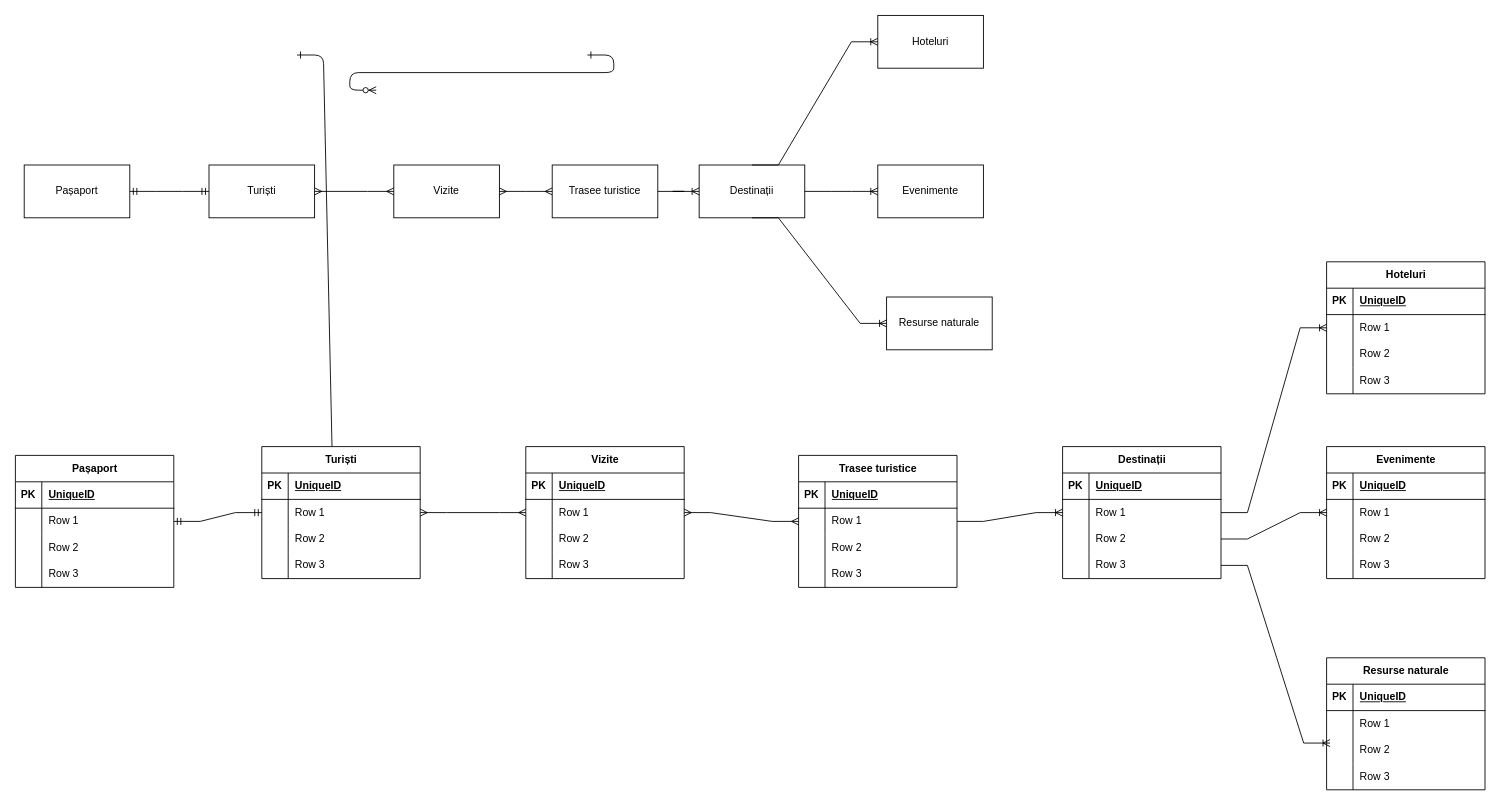
The draw.io diagram Diagrama_turism2.drawio in kunvictor/examen_sem_I_Kun, before the edit. Source tidied: cells renumbered, new cells numbered last; positions are measured from the earlier drawing's top-left corner, leaving out a move shared by most shapes. Both pictures are drawn from the tidied source at 88%, with x=0, y=0 at pixel (15, 15).
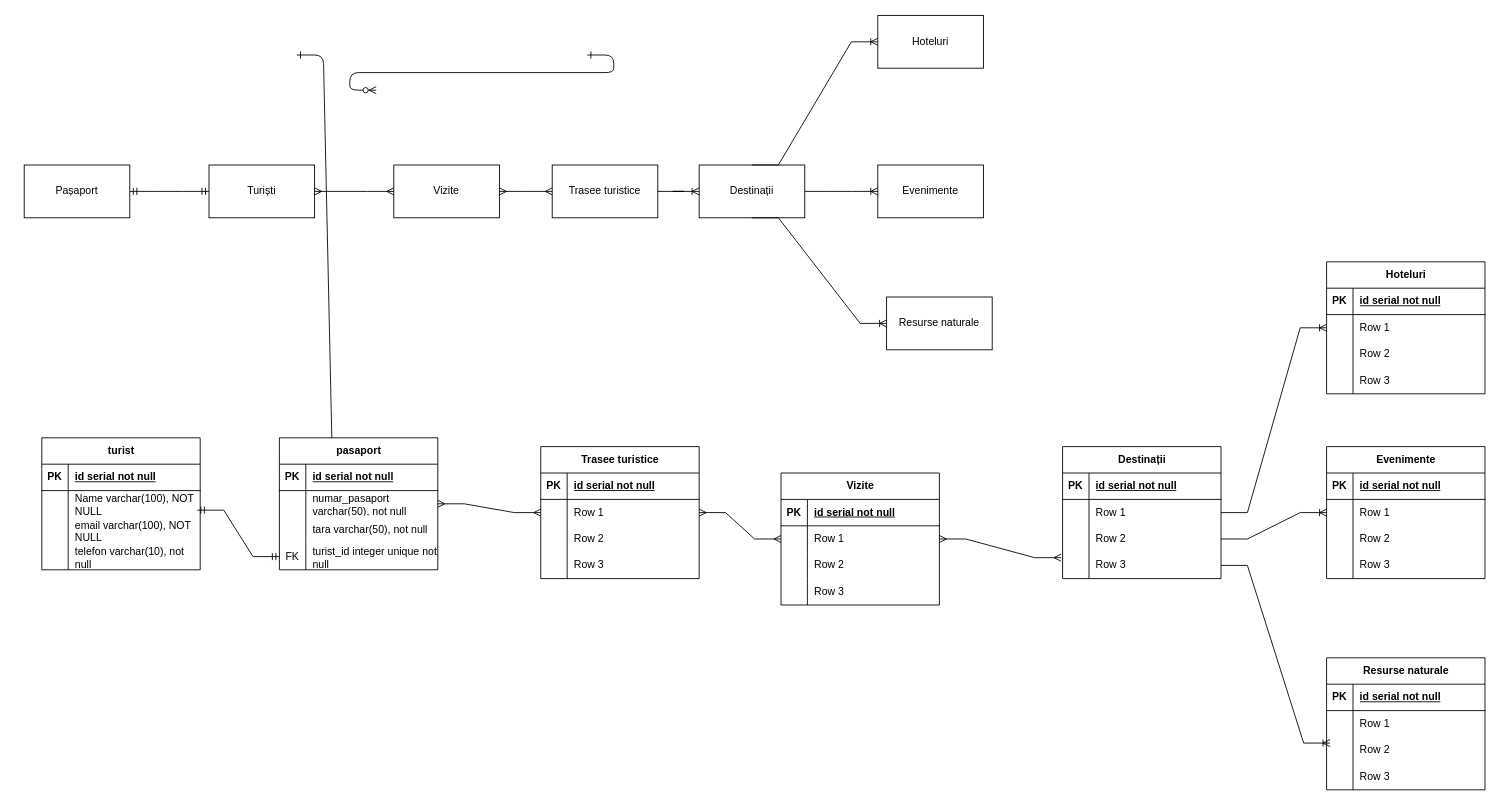
Above is the later version.

The change refers to these unchanged cells:
```xml
<mxCell id="5" style="shape=tableRow;horizontal=0;startSize=0;swimlaneHead=0;swimlaneBody=0;fillColor=none;top=0;left=0;right=0;bottom=1;" parent="4" vertex="1">
  <mxGeometry y="30" width="180" height="30" as="geometry" />
</mxCell>
<mxCell id="8" style="shape=tableRow;horizontal=0;startSize=0;swimlaneHead=0;swimlaneBody=0;fillColor=none;points=[[0,0.5],[1,0.5]];portConstraint=eastwest;top=0;left=0;right=0;bottom=0;" parent="4" vertex="1">
  <mxGeometry y="60" width="180" height="30" as="geometry" />
</mxCell>
<mxCell id="11" style="shape=tableRow;horizontal=0;startSize=0;swimlaneHead=0;swimlaneBody=0;fillColor=none;top=0;left=0;right=0;bottom=0;" parent="4" vertex="1">
  <mxGeometry y="90" width="180" height="30" as="geometry" />
</mxCell>
<mxCell id="14" style="shape=tableRow;horizontal=0;startSize=0;swimlaneHead=0;swimlaneBody=0;fillColor=none;points=[[0,0.5],[1,0.5]];portConstraint=eastwest;top=0;left=0;right=0;bottom=0;" parent="4" vertex="1">
  <mxGeometry y="120" width="180" height="30" as="geometry" />
</mxCell>
<mxCell id="46" style="shape=tableRow;horizontal=0;startSize=0;swimlaneHead=0;swimlaneBody=0;fillColor=none;top=0;left=0;right=0;bottom=1;" parent="45" vertex="1">
  <mxGeometry y="30" width="180" height="30" as="geometry" />
</mxCell>
<mxCell id="49" style="shape=tableRow;horizontal=0;startSize=0;swimlaneHead=0;swimlaneBody=0;fillColor=none;points=[[0,0.5],[1,0.5]];portConstraint=eastwest;top=0;left=0;right=0;bottom=0;" parent="45" vertex="1">
  <mxGeometry y="60" width="180" height="30" as="geometry" />
</mxCell>
<mxCell id="59" style="shape=tableRow;horizontal=0;startSize=0;swimlaneHead=0;swimlaneBody=0;fillColor=none;top=0;left=0;right=0;bottom=1;" parent="58" vertex="1">
  <mxGeometry y="30" width="180" height="30" as="geometry" />
</mxCell>
<mxCell id="62" style="shape=tableRow;horizontal=0;startSize=0;swimlaneHead=0;swimlaneBody=0;fillColor=none;points=[[0,0.5],[1,0.5]];portConstraint=eastwest;top=0;left=0;right=0;bottom=0;" parent="58" vertex="1">
  <mxGeometry y="60" width="180" height="30" as="geometry" />
</mxCell>
<mxCell id="72" style="shape=tableRow;horizontal=0;startSize=0;swimlaneHead=0;swimlaneBody=0;fillColor=none;top=0;left=0;right=0;bottom=1;" parent="71" vertex="1">
  <mxGeometry y="30" width="180" height="30" as="geometry" />
</mxCell>
<mxCell id="75" style="shape=tableRow;horizontal=0;startSize=0;swimlaneHead=0;swimlaneBody=0;fillColor=none;points=[[0,0.5],[1,0.5]];portConstraint=eastwest;top=0;left=0;right=0;bottom=0;" parent="71" vertex="1">
  <mxGeometry y="60" width="180" height="30" as="geometry" />
</mxCell>
<mxCell id="81" style="shape=tableRow;horizontal=0;startSize=0;swimlaneHead=0;swimlaneBody=0;fillColor=none;points=[[0,0.5],[1,0.5]];portConstraint=eastwest;top=0;left=0;right=0;bottom=0;" parent="71" vertex="1">
  <mxGeometry y="120" width="180" height="30" as="geometry" />
</mxCell>
<mxCell id="85" style="shape=tableRow;horizontal=0;startSize=0;swimlaneHead=0;swimlaneBody=0;fillColor=none;top=0;left=0;right=0;bottom=1;" parent="84" vertex="1">
  <mxGeometry y="30" width="180" height="30" as="geometry" />
</mxCell>
<mxCell id="98" style="shape=tableRow;horizontal=0;startSize=0;swimlaneHead=0;swimlaneBody=0;fillColor=none;top=0;left=0;right=0;bottom=1;" parent="97" vertex="1">
  <mxGeometry y="30" width="180" height="30" as="geometry" />
</mxCell>
<mxCell id="111" style="shape=tableRow;horizontal=0;startSize=0;swimlaneHead=0;swimlaneBody=0;fillColor=none;top=0;left=0;right=0;bottom=1;" parent="110" vertex="1">
  <mxGeometry y="30" width="180" height="30" as="geometry" />
</mxCell>
```

What changed in the source:
```diff
@@
-    <mxCell id="4" value="Pașaport" style="shape=table;startSize=30;childLayout=tableLayout;rowLines=0;fontStyle=1;align=center;html=1;" parent="1" vertex="1">
-      <mxGeometry y="500" width="180" height="150" as="geometry" />
+    <mxCell id="4" value="pasaport" style="shape=table;startSize=30;childLayout=tableLayout;rowLines=0;fontStyle=1;align=center;html=1;" parent="1" vertex="1">
+      <mxGeometry x="300" y="480" width="180" height="150" as="geometry" />
     </mxCell>
@@
-    <mxCell id="7" value="UniqueID" style="shape=partialRectangle;fillColor=none;top=0;left=0;bottom=0;right=0;align=left;spacingLeft=6;fontStyle=5;overflow=hidden;whiteSpace=wrap;html=1;" parent="5" vertex="1">
+    <mxCell id="7" value="id serial not null" style="shape=partialRectangle;fillColor=none;top=0;left=0;bottom=0;right=0;align=left;spacingLeft=6;fontStyle=5;overflow=hidden;whiteSpace=wrap;html=1;" parent="5" vertex="1">
       <mxGeometry x="30" width="150" height="30" as="geometry" />
     </mxCell>
@@
-    <mxCell id="10" value="Row 1" style="shape=partialRectangle;fillColor=none;top=0;left=0;bottom=0;right=0;align=left;spacingLeft=6;overflow=hidden;whiteSpace=wrap;html=1;" parent="8" vertex="1">
+    <mxCell id="10" value="numar_pasaport varchar(50), not null" style="shape=partialRectangle;fillColor=none;top=0;left=0;bottom=0;right=0;align=left;spacingLeft=6;overflow=hidden;whiteSpace=wrap;html=1;" parent="8" vertex="1">
       <mxGeometry x="30" width="150" height="30" as="geometry" />
     </mxCell>
@@
-    <mxCell id="13" value="Row 2" style="shape=partialRectangle;fillColor=none;top=0;left=0;bottom=0;right=0;align=left;spacingLeft=6;overflow=hidden;whiteSpace=wrap;html=1;" parent="11" vertex="1">
+    <mxCell id="13" value="tara varchar(50), not null" style="shape=partialRectangle;fillColor=none;top=0;left=0;bottom=0;right=0;align=left;spacingLeft=6;overflow=hidden;whiteSpace=wrap;html=1;" parent="11" vertex="1">
       <mxGeometry x="30" width="150" height="30" as="geometry" />
     </mxCell>
@@
-    <mxCell id="15" style="shape=partialRectangle;fillColor=none;top=0;left=0;bottom=0;right=0;overflow=hidden;whiteSpace=wrap;html=1;" parent="14" vertex="1">
+    <mxCell id="15" value="FK" style="shape=partialRectangle;fillColor=none;top=0;left=0;bottom=0;right=0;overflow=hidden;whiteSpace=wrap;html=1;" parent="14" vertex="1">
       <mxGeometry width="30" height="30" as="geometry" />
     </mxCell>
-    <mxCell id="16" value="Row 3" style="shape=partialRectangle;fillColor=none;top=0;left=0;bottom=0;right=0;align=left;spacingLeft=6;overflow=hidden;whiteSpace=wrap;html=1;" parent="14" vertex="1">
+    <mxCell id="16" value="turist_id integer unique not null" style="shape=partialRectangle;fillColor=none;top=0;left=0;bottom=0;right=0;align=left;spacingLeft=6;overflow=hidden;whiteSpace=wrap;html=1;" parent="14" vertex="1">
       <mxGeometry x="30" width="150" height="30" as="geometry" />
     </mxCell>
@@
-    <mxCell id="32" value="Turiști" style="shape=table;startSize=30;childLayout=tableLayout;rowLines=0;fontStyle=1;align=center;html=1;" parent="1" vertex="1">
-      <mxGeometry x="280" y="490" width="180" height="150" as="geometry" />
-    </mxCell>
-    <mxCell id="33" style="shape=tableRow;horizontal=0;startSize=0;swimlaneHead=0;swimlaneBody=0;fillColor=none;top=0;left=0;right=0;bottom=1;" parent="32" vertex="1">
-      <mxGeometry y="30" width="180" height="30" as="geometry" />
-    </mxCell>
-    <mxCell id="34" value="PK" style="shape=partialRectangle;fillColor=none;top=0;left=0;bottom=0;right=0;fontStyle=1;overflow=hidden;whiteSpace=wrap;html=1;" parent="33" vertex="1">
-      <mxGeometry width="30" height="30" as="geometry" />
-    </mxCell>
-    <mxCell id="35" value="UniqueID" style="shape=partialRectangle;fillColor=none;top=0;left=0;bottom=0;right=0;align=left;spacingLeft=6;fontStyle=5;overflow=hidden;whiteSpace=wrap;html=1;" parent="33" vertex="1">
-      <mxGeometry x="30" width="150" height="30" as="geometry" />
-    </mxCell>
-    <mxCell id="36" style="shape=tableRow;horizontal=0;startSize=0;swimlaneHead=0;swimlaneBody=0;fillColor=none;points=[[0,0.5],[1,0.5]];portConstraint=eastwest;top=0;left=0;right=0;bottom=0;" parent="32" vertex="1">
-      <mxGeometry y="60" width="180" height="30" as="geometry" />
-    </mxCell>
-    <mxCell id="37" style="shape=partialRectangle;fillColor=none;top=0;left=0;bottom=0;right=0;overflow=hidden;whiteSpace=wrap;html=1;" parent="36" vertex="1">
-      <mxGeometry width="30" height="30" as="geometry" />
-    </mxCell>
-    <mxCell id="38" value="Row 1" style="shape=partialRectangle;fillColor=none;top=0;left=0;bottom=0;right=0;align=left;spacingLeft=6;overflow=hidden;whiteSpace=wrap;html=1;" parent="36" vertex="1">
-      <mxGeometry x="30" width="150" height="30" as="geometry" />
-    </mxCell>
-    <mxCell id="39" style="shape=tableRow;horizontal=0;startSize=0;swimlaneHead=0;swimlaneBody=0;fillColor=none;top=0;left=0;right=0;bottom=0;" parent="32" vertex="1">
-      <mxGeometry y="90" width="180" height="30" as="geometry" />
-    </mxCell>
-    <mxCell id="40" style="shape=partialRectangle;fillColor=none;top=0;left=0;bottom=0;right=0;overflow=hidden;whiteSpace=wrap;html=1;" parent="39" vertex="1">
-      <mxGeometry width="30" height="30" as="geometry" />
-    </mxCell>
-    <mxCell id="41" value="Row 2" style="shape=partialRectangle;fillColor=none;top=0;left=0;bottom=0;right=0;align=left;spacingLeft=6;overflow=hidden;whiteSpace=wrap;html=1;" parent="39" vertex="1">
-      <mxGeometry x="30" width="150" height="30" as="geometry" />
-    </mxCell>
-    <mxCell id="42" style="shape=tableRow;horizontal=0;startSize=0;swimlaneHead=0;swimlaneBody=0;fillColor=none;top=0;left=0;right=0;bottom=0;" parent="32" vertex="1">
-      <mxGeometry y="120" width="180" height="30" as="geometry" />
-    </mxCell>
-    <mxCell id="43" style="shape=partialRectangle;fillColor=none;top=0;left=0;bottom=0;right=0;overflow=hidden;whiteSpace=wrap;html=1;" parent="42" vertex="1">
-      <mxGeometry width="30" height="30" as="geometry" />
-    </mxCell>
-    <mxCell id="44" value="Row 3" style="shape=partialRectangle;fillColor=none;top=0;left=0;bottom=0;right=0;align=left;spacingLeft=6;overflow=hidden;whiteSpace=wrap;html=1;" parent="42" vertex="1">
-      <mxGeometry x="30" width="150" height="30" as="geometry" />
-    </mxCell>
     <mxCell id="45" value="Vizite" style="shape=table;startSize=30;childLayout=tableLayout;rowLines=0;fontStyle=1;align=center;html=1;" parent="1" vertex="1">
-      <mxGeometry x="580" y="490" width="180" height="150" as="geometry" />
+      <mxGeometry x="870" y="520" width="180" height="150" as="geometry" />
     </mxCell>
@@
-    <mxCell id="48" value="UniqueID" style="shape=partialRectangle;fillColor=none;top=0;left=0;bottom=0;right=0;align=left;spacingLeft=6;fontStyle=5;overflow=hidden;whiteSpace=wrap;html=1;" parent="46" vertex="1">
+    <mxCell id="48" value="id serial not null" style="shape=partialRectangle;fillColor=none;top=0;left=0;bottom=0;right=0;align=left;spacingLeft=6;fontStyle=5;overflow=hidden;whiteSpace=wrap;html=1;" parent="46" vertex="1">
       <mxGeometry x="30" width="150" height="30" as="geometry" />
     </mxCell>
@@
     <mxCell id="58" value="Trasee turistice" style="shape=table;startSize=30;childLayout=tableLayout;rowLines=0;fontStyle=1;align=center;html=1;" parent="1" vertex="1">
-      <mxGeometry x="890" y="500" width="180" height="150" as="geometry" />
+      <mxGeometry x="597" y="490" width="180" height="150" as="geometry" />
     </mxCell>
@@
-    <mxCell id="61" value="UniqueID" style="shape=partialRectangle;fillColor=none;top=0;left=0;bottom=0;right=0;align=left;spacingLeft=6;fontStyle=5;overflow=hidden;whiteSpace=wrap;html=1;" parent="59" vertex="1">
+    <mxCell id="61" value="id serial not null" style="shape=partialRectangle;fillColor=none;top=0;left=0;bottom=0;right=0;align=left;spacingLeft=6;fontStyle=5;overflow=hidden;whiteSpace=wrap;html=1;" parent="59" vertex="1">
       <mxGeometry x="30" width="150" height="30" as="geometry" />
     </mxCell>
@@
-    <mxCell id="74" value="UniqueID" style="shape=partialRectangle;fillColor=none;top=0;left=0;bottom=0;right=0;align=left;spacingLeft=6;fontStyle=5;overflow=hidden;whiteSpace=wrap;html=1;" parent="72" vertex="1">
+    <mxCell id="74" value="id serial not null" style="shape=partialRectangle;fillColor=none;top=0;left=0;bottom=0;right=0;align=left;spacingLeft=6;fontStyle=5;overflow=hidden;whiteSpace=wrap;html=1;" parent="72" vertex="1">
       <mxGeometry x="30" width="150" height="30" as="geometry" />
     </mxCell>
@@
-    <mxCell id="87" value="UniqueID" style="shape=partialRectangle;fillColor=none;top=0;left=0;bottom=0;right=0;align=left;spacingLeft=6;fontStyle=5;overflow=hidden;whiteSpace=wrap;html=1;" parent="85" vertex="1">
+    <mxCell id="87" value="id serial not null" style="shape=partialRectangle;fillColor=none;top=0;left=0;bottom=0;right=0;align=left;spacingLeft=6;fontStyle=5;overflow=hidden;whiteSpace=wrap;html=1;" parent="85" vertex="1">
       <mxGeometry x="30" width="150" height="30" as="geometry" />
     </mxCell>
@@
-    <mxCell id="100" value="UniqueID" style="shape=partialRectangle;fillColor=none;top=0;left=0;bottom=0;right=0;align=left;spacingLeft=6;fontStyle=5;overflow=hidden;whiteSpace=wrap;html=1;" parent="98" vertex="1">
+    <mxCell id="100" value="id serial not null" style="shape=partialRectangle;fillColor=none;top=0;left=0;bottom=0;right=0;align=left;spacingLeft=6;fontStyle=5;overflow=hidden;whiteSpace=wrap;html=1;" parent="98" vertex="1">
       <mxGeometry x="30" width="150" height="30" as="geometry" />
     </mxCell>
@@
-    <mxCell id="113" value="UniqueID" style="shape=partialRectangle;fillColor=none;top=0;left=0;bottom=0;right=0;align=left;spacingLeft=6;fontStyle=5;overflow=hidden;whiteSpace=wrap;html=1;" parent="111" vertex="1">
+    <mxCell id="113" value="id serial not null" style="shape=partialRectangle;fillColor=none;top=0;left=0;bottom=0;right=0;align=left;spacingLeft=6;fontStyle=5;overflow=hidden;whiteSpace=wrap;html=1;" parent="111" vertex="1">
       <mxGeometry x="30" width="150" height="30" as="geometry" />
     </mxCell>
@@
-    <mxCell id="123" style="edgeStyle=entityRelationEdgeStyle;fontSize=12;html=1;endArrow=ERmandOne;startArrow=ERmandOne;rounded=0;exitX=1;exitY=0.5;exitDx=0;exitDy=0;" parent="1" edge="1" source="8" target="36">
+    <mxCell id="123" style="edgeStyle=entityRelationEdgeStyle;fontSize=12;html=1;endArrow=ERmandOne;startArrow=ERmandOne;rounded=0;entryX=0.982;entryY=0.741;entryDx=0;entryDy=0;entryPerimeter=0;" parent="1" edge="1" source="14" target="36">
       <mxGeometry relative="1" as="geometry" />
     </mxCell>
-    <mxCell id="124" style="edgeStyle=entityRelationEdgeStyle;fontSize=12;html=1;endArrow=ERmany;startArrow=ERmany;rounded=0;" parent="1" edge="1" source="36" target="49">
+    <mxCell id="124" style="edgeStyle=entityRelationEdgeStyle;fontSize=12;html=1;endArrow=ERmany;startArrow=ERmany;rounded=0;exitX=1;exitY=0.5;exitDx=0;exitDy=0;entryX=0;entryY=0.5;entryDx=0;entryDy=0;" parent="1" edge="1" source="8" target="62">
       <mxGeometry relative="1" as="geometry" />
     </mxCell>
-    <mxCell id="125" style="edgeStyle=entityRelationEdgeStyle;fontSize=12;html=1;endArrow=ERmany;startArrow=ERmany;rounded=0;exitX=1;exitY=0.5;exitDx=0;exitDy=0;" parent="1" edge="1" source="49" target="62">
+    <mxCell id="125" style="edgeStyle=entityRelationEdgeStyle;fontSize=12;html=1;endArrow=ERmany;startArrow=ERmany;rounded=0;exitX=0;exitY=0.5;exitDx=0;exitDy=0;" parent="1" edge="1" source="49" target="62">
       <mxGeometry relative="1" as="geometry" />
     </mxCell>
-    <mxCell id="126" style="edgeStyle=entityRelationEdgeStyle;fontSize=12;html=1;endArrow=ERoneToMany;rounded=0;entryX=0;entryY=0.5;entryDx=0;entryDy=0;" parent="1" edge="1" source="62" target="75">
-      <mxGeometry relative="1" as="geometry" />
-    </mxCell>
@@
+    <mxCell id="130" value="turist" style="shape=table;startSize=30;childLayout=tableLayout;rowLines=0;fontStyle=1;align=center;html=1;" parent="1" vertex="1">
+      <mxGeometry x="30" y="480" width="180" height="150" as="geometry" />
+    </mxCell>
+    <mxCell id="33" style="shape=tableRow;horizontal=0;startSize=0;swimlaneHead=0;swimlaneBody=0;fillColor=none;top=0;left=0;right=0;bottom=1;" parent="130" vertex="1">
+      <mxGeometry y="30" width="180" height="30" as="geometry" />
+    </mxCell>
+    <mxCell id="34" value="PK" style="shape=partialRectangle;fillColor=none;top=0;left=0;bottom=0;right=0;fontStyle=1;overflow=hidden;whiteSpace=wrap;html=1;" parent="33" vertex="1">
+      <mxGeometry width="30" height="30" as="geometry" />
+    </mxCell>
+    <mxCell id="131" value="id serial not null" style="shape=partialRectangle;fillColor=none;top=0;left=0;bottom=0;right=0;align=left;spacingLeft=6;fontStyle=5;overflow=hidden;whiteSpace=wrap;html=1;" parent="33" vertex="1">
+      <mxGeometry x="30" width="150" height="30" as="geometry" />
+    </mxCell>
+    <mxCell id="36" style="shape=tableRow;horizontal=0;startSize=0;swimlaneHead=0;swimlaneBody=0;fillColor=none;points=[[0,0.5],[1,0.5]];portConstraint=eastwest;top=0;left=0;right=0;bottom=0;" parent="130" vertex="1">
+      <mxGeometry y="60" width="180" height="30" as="geometry" />
+    </mxCell>
+    <mxCell id="132" style="shape=partialRectangle;fillColor=none;top=0;left=0;bottom=0;right=0;overflow=hidden;whiteSpace=wrap;html=1;" parent="36" vertex="1">
+      <mxGeometry width="30" height="30" as="geometry" />
+    </mxCell>
+    <mxCell id="133" value="Name varchar(100), NOT NULL" style="shape=partialRectangle;fillColor=none;top=0;left=0;bottom=0;right=0;align=left;spacingLeft=6;overflow=hidden;whiteSpace=wrap;html=1;" parent="36" vertex="1">
+      <mxGeometry x="30" width="150" height="30" as="geometry" />
+    </mxCell>
+    <mxCell id="39" style="shape=tableRow;horizontal=0;startSize=0;swimlaneHead=0;swimlaneBody=0;fillColor=none;top=0;left=0;right=0;bottom=0;" parent="130" vertex="1">
+      <mxGeometry y="90" width="180" height="30" as="geometry" />
+    </mxCell>
+    <mxCell id="134" style="shape=partialRectangle;fillColor=none;top=0;left=0;bottom=0;right=0;overflow=hidden;whiteSpace=wrap;html=1;" parent="39" vertex="1">
+      <mxGeometry width="30" height="30" as="geometry" />
+    </mxCell>
+    <mxCell id="135" value="email varchar(100), NOT NULL" style="shape=partialRectangle;fillColor=none;top=0;left=0;bottom=0;right=0;align=left;spacingLeft=6;overflow=hidden;whiteSpace=wrap;html=1;" parent="39" vertex="1">
+      <mxGeometry x="30" width="150" height="30" as="geometry" />
+    </mxCell>
+    <mxCell id="42" style="shape=tableRow;horizontal=0;startSize=0;swimlaneHead=0;swimlaneBody=0;fillColor=none;top=0;left=0;right=0;bottom=0;" parent="130" vertex="1">
+      <mxGeometry y="120" width="180" height="30" as="geometry" />
+    </mxCell>
+    <mxCell id="136" style="shape=partialRectangle;fillColor=none;top=0;left=0;bottom=0;right=0;overflow=hidden;whiteSpace=wrap;html=1;" parent="42" vertex="1">
+      <mxGeometry width="30" height="30" as="geometry" />
+    </mxCell>
+    <mxCell id="137" value="telefon varchar(10), not null" style="shape=partialRectangle;fillColor=none;top=0;left=0;bottom=0;right=0;align=left;spacingLeft=6;overflow=hidden;whiteSpace=wrap;html=1;" parent="42" vertex="1">
+      <mxGeometry x="30" width="150" height="30" as="geometry" />
+    </mxCell>
+    <mxCell id="138" style="edgeStyle=entityRelationEdgeStyle;fontSize=12;html=1;endArrow=ERmany;startArrow=ERmany;rounded=0;exitX=-0.01;exitY=0.207;exitDx=0;exitDy=0;entryX=1;entryY=0.5;entryDx=0;entryDy=0;exitPerimeter=0;" parent="1" edge="1" source="81" target="49">
+      <mxGeometry relative="1" as="geometry" />
+    </mxCell>
```
